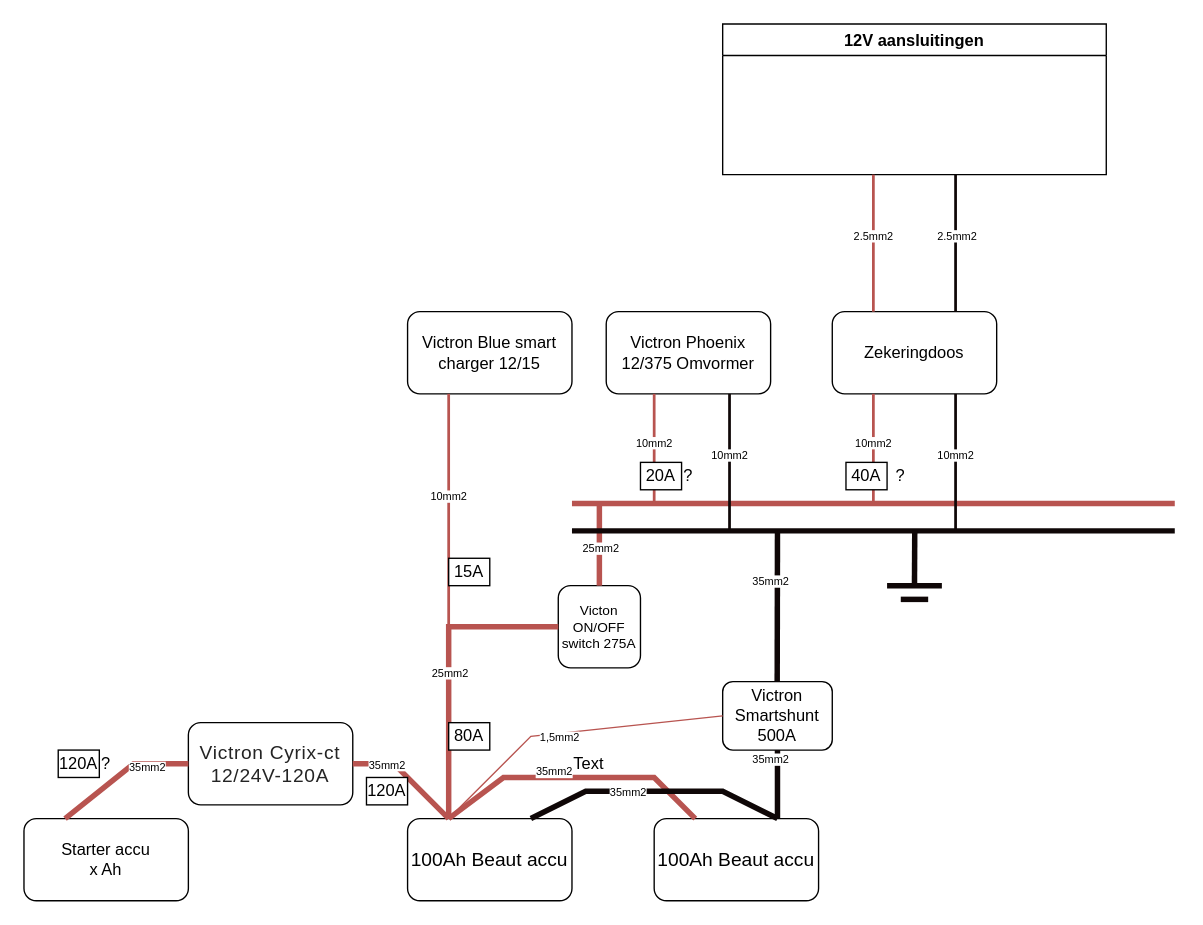
Above: Elektraschema T5.drawio in jvermeij/elektra (draw.io), before the change. Source tidied: cells renumbered, new cells numbered last; positions are measured from the earlier drawing's top-left corner, leaving out a move shared by most shapes. Both pictures are drawn from the tidied source at 137%, with x=0, y=0 at pixel (23, 23).
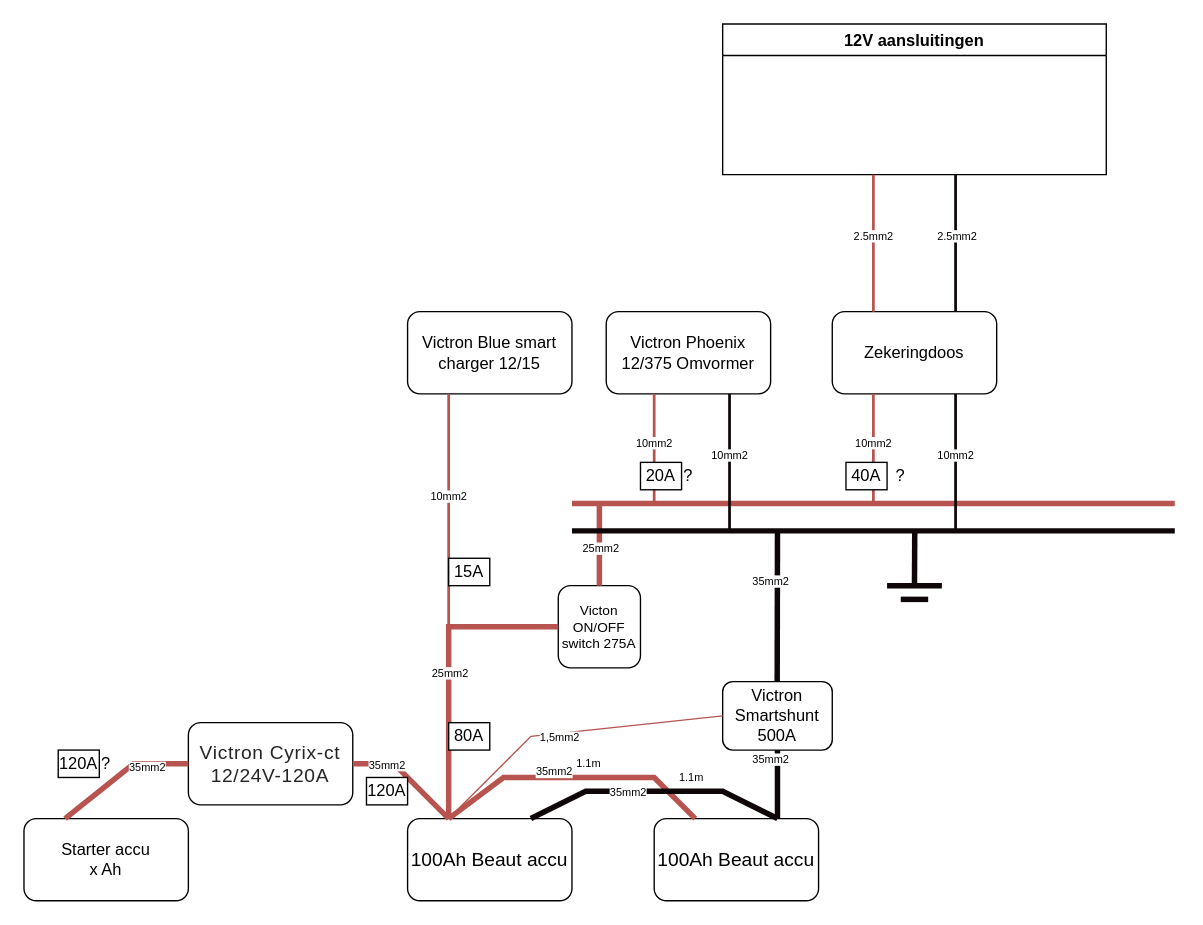
The same diagram, later.

Change to the diagram source:
```diff
@@
-    <mxCell id="58" value="Text" style="text;html=1;strokeColor=none;fillColor=none;align=center;verticalAlign=middle;whiteSpace=wrap;rounded=0;" parent="1" vertex="1">
+    <mxCell id="58" value="1.1m" style="text;html=1;strokeColor=none;fillColor=none;align=center;verticalAlign=middle;whiteSpace=wrap;rounded=0;fontSize=8;" parent="1" vertex="1">
       <mxGeometry x="400" y="532.5" width="25" height="15" as="geometry" />
     </mxCell>
+    <mxCell id="59" value="1.1m" style="text;html=1;strokeColor=none;fillColor=none;align=center;verticalAlign=middle;whiteSpace=wrap;rounded=0;fontSize=8;" parent="1" vertex="1">
+      <mxGeometry x="475" y="542.5" width="25" height="15" as="geometry" />
+    </mxCell>
```
